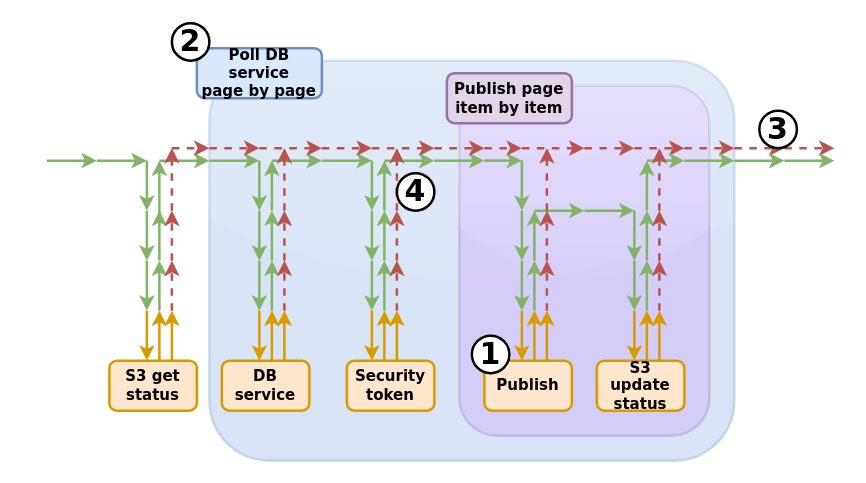
p2w34/blog keeps this draw.io diagram as 2020-03-21-case-study-java-fp-using-vavr/images/service_flow.drawio. Above is the earlier version. Source tidied: cells renumbered, new cells numbered last; positions are measured from the earlier drawing's top-left corner, leaving out a move shared by most shapes. Both pictures are drawn from the tidied source at 125%, with x=0, y=0 at pixel (21, 22).
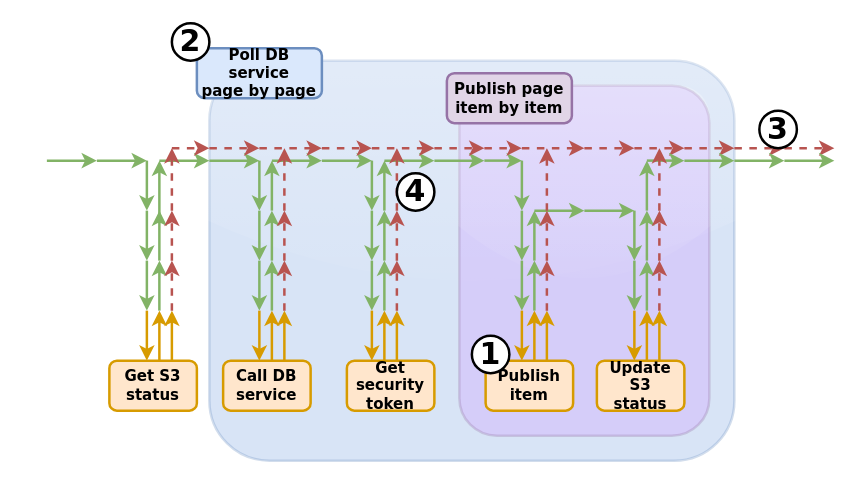
The same diagram, later.

Diff of the diagram source:
```diff
@@
-    <mxCell id="51" value="S3 get&lt;br&gt;status" style="rounded=1;whiteSpace=wrap;html=1;fontStyle=1;fontFamily=Verdana;fillColor=#ffe6cc;strokeColor=#d79b00;strokeWidth=2;" parent="5" vertex="1">
+    <mxCell id="51" value="Get S3&lt;br&gt;status" style="rounded=1;whiteSpace=wrap;html=1;fontStyle=1;fontFamily=Verdana;fillColor=#ffe6cc;strokeColor=#d79b00;strokeWidth=2;" parent="5" vertex="1">
       <mxGeometry x="70" y="270" width="70" height="40" as="geometry" />
     </mxCell>
-    <mxCell id="52" value="DB&lt;br&gt;service" style="rounded=1;whiteSpace=wrap;html=1;fontStyle=1;fontFamily=Verdana;fillColor=#ffe6cc;strokeColor=#d79b00;strokeWidth=2;" parent="5" vertex="1">
-      <mxGeometry x="160" y="270" width="70" height="40" as="geometry" />
+    <mxCell id="52" value="Call DB&lt;br&gt;service" style="rounded=1;whiteSpace=wrap;html=1;fontStyle=1;fontFamily=Verdana;fillColor=#ffe6cc;strokeColor=#d79b00;strokeWidth=2;" parent="5" vertex="1">
+      <mxGeometry x="161" y="270" width="70" height="40" as="geometry" />
     </mxCell>
-    <mxCell id="53" value="Security&lt;br&gt;token" style="rounded=1;whiteSpace=wrap;html=1;fontStyle=1;fontFamily=Verdana;fillColor=#ffe6cc;strokeColor=#d79b00;strokeWidth=2;" parent="5" vertex="1">
+    <mxCell id="53" value="Get security token" style="rounded=1;whiteSpace=wrap;html=1;fontStyle=1;fontFamily=Verdana;fillColor=#ffe6cc;strokeColor=#d79b00;strokeWidth=2;" parent="5" vertex="1">
       <mxGeometry x="260" y="270" width="70" height="40" as="geometry" />
     </mxCell>
@@
-    <mxCell id="61" value="Publish" style="rounded=1;whiteSpace=wrap;html=1;fontStyle=1;fontFamily=Verdana;fillColor=#ffe6cc;strokeColor=#d79b00;strokeWidth=2;" parent="5" vertex="1">
-      <mxGeometry x="370" y="270" width="70" height="40" as="geometry" />
+    <mxCell id="61" value="Publish&lt;br&gt;item" style="rounded=1;whiteSpace=wrap;html=1;fontStyle=1;fontFamily=Verdana;fillColor=#ffe6cc;strokeColor=#d79b00;strokeWidth=2;" parent="5" vertex="1">
+      <mxGeometry x="371" y="270" width="70" height="40" as="geometry" />
     </mxCell>
-    <mxCell id="62" value="S3 update&lt;br&gt;status" style="rounded=1;whiteSpace=wrap;html=1;fontStyle=1;fontFamily=Verdana;fillColor=#ffe6cc;strokeColor=#d79b00;strokeWidth=2;" parent="5" vertex="1">
+    <mxCell id="62" value="Update S3&lt;br&gt;status" style="rounded=1;whiteSpace=wrap;html=1;fontStyle=1;fontFamily=Verdana;fillColor=#ffe6cc;strokeColor=#d79b00;strokeWidth=2;" parent="5" vertex="1">
       <mxGeometry x="460" y="270" width="70" height="40" as="geometry" />
     </mxCell>
```
